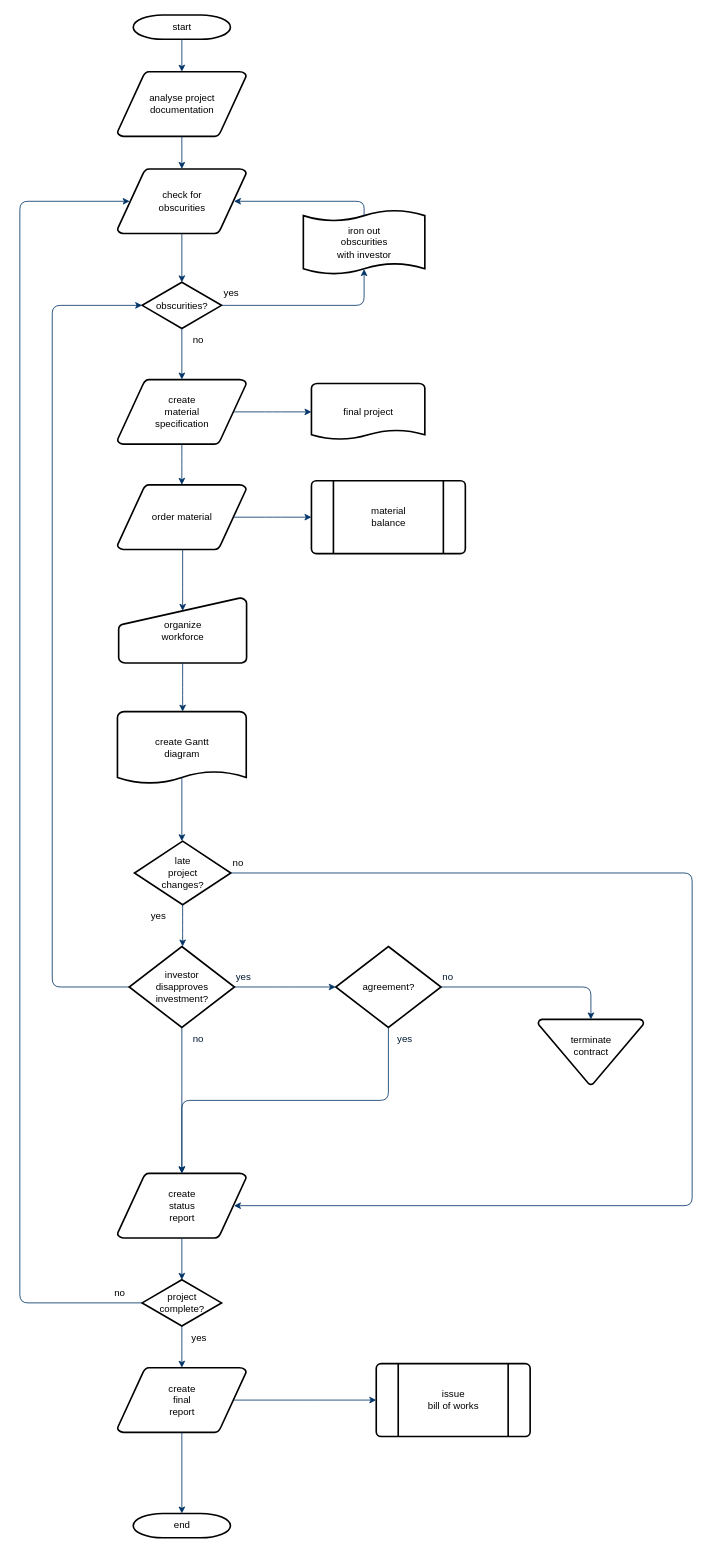
Before: 未命名绘图.drawio in luo125/build-your-own-x, a draw.io diagram. Source tidied: cells renumbered, new cells numbered last; positions are measured from the earlier drawing's top-left corner, leaving out a move shared by most shapes. Both pictures are drawn from the tidied source at 81%, with x=0, y=0 at pixel (19, 15).
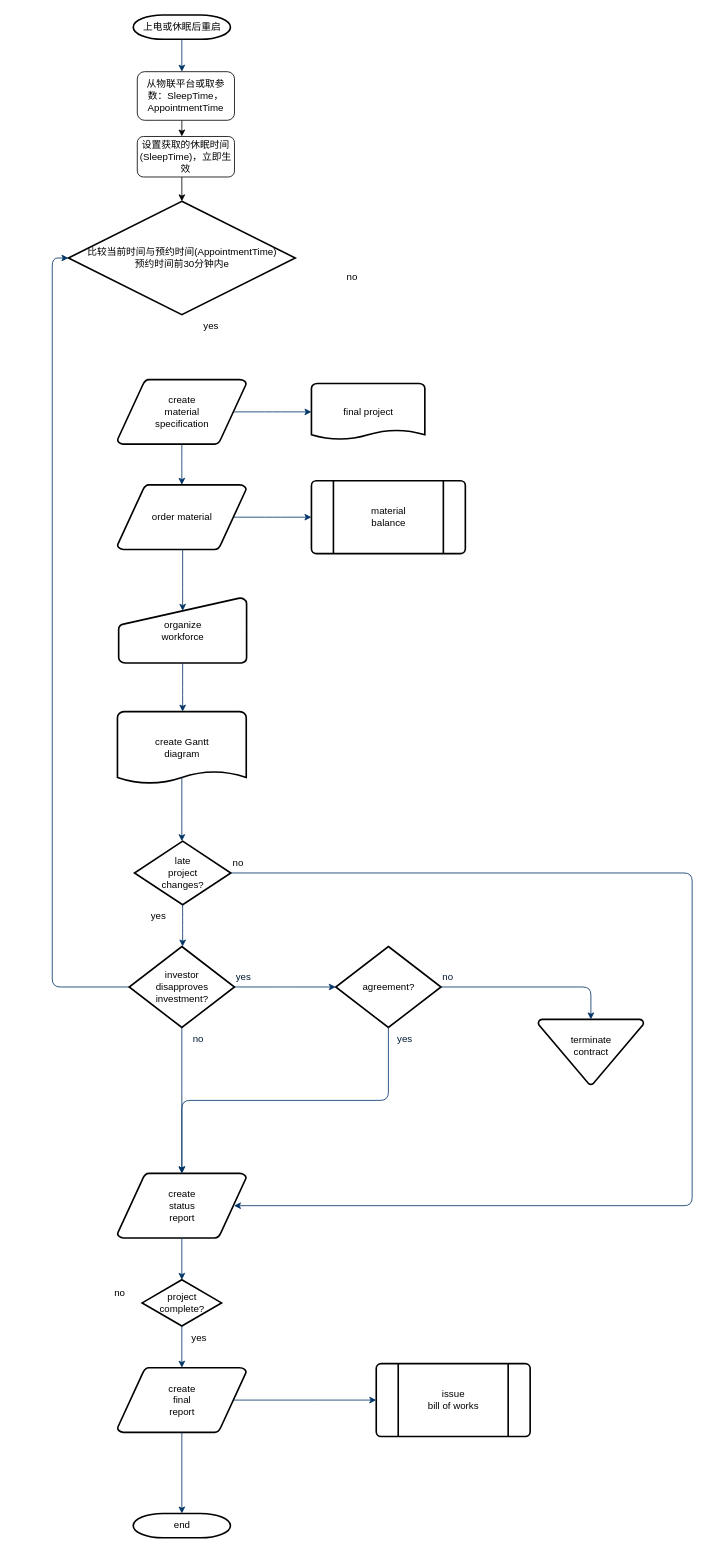
After the change.

The change refers to these unchanged cells:
```xml
<mxCell id="4" value="create&#10;material&#10;specification" style="shape=mxgraph.flowchart.data;strokeWidth=2;gradientColor=none;gradientDirection=north;fontStyle=0;html=1;" parent="1" vertex="1">
  <mxGeometry x="120.5" y="450" width="159" height="80" as="geometry" />
</mxCell>
<mxCell id="37" value="project&#10;complete?" style="shape=mxgraph.flowchart.decision;strokeWidth=2;gradientColor=none;gradientDirection=north;fontStyle=0;html=1;" parent="1" vertex="1">
  <mxGeometry x="151" y="1561.5" width="98" height="57" as="geometry" />
</mxCell>
```

What changed in the source:
```diff
@@
-    <mxCell id="2" value="start" style="shape=mxgraph.flowchart.terminator;strokeWidth=2;gradientColor=none;gradientDirection=north;fontStyle=0;html=1;" parent="1" vertex="1">
+    <mxCell id="2" value="上电或休眠后重启" style="shape=mxgraph.flowchart.terminator;strokeWidth=2;gradientColor=none;gradientDirection=north;fontStyle=0;html=1;" parent="1" vertex="1">
       <mxGeometry x="140" width="120" height="30" as="geometry" />
     </mxCell>
-    <mxCell id="3" value="analyse project&#10; documentation" style="shape=mxgraph.flowchart.data;strokeWidth=2;gradientColor=none;gradientDirection=north;fontStyle=0;html=1;" parent="1" vertex="1">
-      <mxGeometry x="120.5" y="70" width="159" height="80" as="geometry" />
-    </mxCell>
@@
-    <mxCell id="5" value="check for&#10;obscurities" style="shape=mxgraph.flowchart.data;strokeWidth=2;gradientColor=none;gradientDirection=north;fontStyle=0;html=1;" parent="1" vertex="1">
-      <mxGeometry x="120.5" y="190" width="159" height="80" as="geometry" />
-    </mxCell>
-    <mxCell id="6" value="obscurities?" style="shape=mxgraph.flowchart.decision;strokeWidth=2;gradientColor=none;gradientDirection=north;fontStyle=0;html=1;" parent="1" vertex="1">
-      <mxGeometry x="151" y="330" width="98" height="57" as="geometry" />
+    <mxCell id="6" value="比较当前时间与预约时间(AppointmentTime)&lt;br&gt;预约时间前30分钟内e" style="shape=mxgraph.flowchart.decision;strokeWidth=2;gradientColor=none;gradientDirection=north;fontStyle=0;html=1;" parent="1" vertex="1">
+      <mxGeometry x="60" y="230" width="280" height="140" as="geometry" />
     </mxCell>
-    <mxCell id="7" style="fontStyle=1;strokeColor=#003366;strokeWidth=1;html=1;" parent="1" edge="1" source="2" target="3">
-      <mxGeometry relative="1" as="geometry" />
+    <mxCell id="7" style="fontStyle=1;strokeColor=#003366;strokeWidth=1;html=1;" parent="1" edge="1" source="2">
+      <mxGeometry relative="1" as="geometry">
+        <mxPoint x="200" y="70" as="targetPoint" />
+      </mxGeometry>
     </mxCell>
-    <mxCell id="8" style="fontStyle=1;strokeColor=#003366;strokeWidth=1;html=1;" parent="1" edge="1" source="3" target="5">
-      <mxGeometry relative="1" as="geometry" />
-    </mxCell>
-    <mxCell id="9" style="entryX=0.5;entryY=0;entryPerimeter=0;fontStyle=1;strokeColor=#003366;strokeWidth=1;html=1;" parent="1" edge="1" source="5" target="6">
-      <mxGeometry relative="1" as="geometry" />
-    </mxCell>
-    <mxCell id="10" style="edgeStyle=elbowEdgeStyle;elbow=horizontal;entryX=0.5;entryY=0.91;entryPerimeter=0;exitX=1;exitY=0.5;exitPerimeter=0;fontStyle=1;strokeColor=#003366;strokeWidth=1;html=1;" parent="1" edge="1" source="6" target="51">
-      <mxGeometry x="381" y="28.5" as="geometry">
-        <Array as="points">
-          <mxPoint x="425" y="340" />
-        </Array>
-      </mxGeometry>
-    </mxCell>
     <mxCell id="11" value="yes" style="text;fontStyle=0;html=1;strokeColor=none;gradientColor=none;fillColor=none;strokeWidth=2;" parent="1" vertex="1">
-      <mxGeometry x="250" y="330" width="40" height="26" as="geometry" />
+      <mxGeometry x="225" y="370" width="40" height="26" as="geometry" />
     </mxCell>
-    <mxCell id="12" style="edgeStyle=elbowEdgeStyle;elbow=horizontal;fontColor=#001933;fontStyle=1;strokeColor=#003366;strokeWidth=1;html=1;" parent="1" edge="1" source="6" target="4">
-      <mxGeometry as="geometry" />
-    </mxCell>
@@
     <mxCell id="14" value="no" style="text;fontStyle=0;html=1;strokeColor=none;gradientColor=none;fillColor=none;strokeWidth=2;align=center;" parent="1" vertex="1">
-      <mxGeometry x="200" y="387" width="40" height="26" as="geometry" />
+      <mxGeometry x="390" y="310" width="40" height="26" as="geometry" />
     </mxCell>
@@
-    <mxCell id="51" value="iron out&#10;obscurities &#10;with investor" style="shape=mxgraph.flowchart.paper_tape;strokeWidth=2;gradientColor=none;gradientDirection=north;fontStyle=0;html=1;" parent="1" vertex="1">
-      <mxGeometry x="350" y="240" width="150" height="81" as="geometry" />
-    </mxCell>
-    <mxCell id="52" style="edgeStyle=elbowEdgeStyle;elbow=horizontal;exitX=0.5;exitY=0.09;exitPerimeter=0;entryX=0.905;entryY=0.5;entryPerimeter=0;fontStyle=1;strokeColor=#003366;strokeWidth=1;html=1;" parent="1" edge="1" source="51" target="5">
-      <mxGeometry as="geometry">
-        <Array as="points">
-          <mxPoint x="425" y="240" />
-        </Array>
-      </mxGeometry>
-    </mxCell>
@@
-    <mxCell id="54" style="edgeStyle=elbowEdgeStyle;elbow=horizontal;exitX=0;exitY=0.5;exitPerimeter=0;entryX=0.095;entryY=0.5;entryPerimeter=0;fontStyle=1;strokeColor=#003366;strokeWidth=1;html=1;" parent="1" edge="1" source="37" target="5">
-      <mxGeometry as="geometry">
-        <Array as="points">
-          <mxPoint y="910" />
-        </Array>
-      </mxGeometry>
-    </mxCell>
@@
+    <mxCell id="56" style="edgeStyle=orthogonalEdgeStyle;rounded=0;jettySize=auto;html=1;" parent="1" edge="1" source="57" target="59">
+      <mxGeometry relative="1" as="geometry">
+        <Array as="points">
+          <mxPoint x="200" y="140" />
+          <mxPoint x="200" y="140" />
+        </Array>
+      </mxGeometry>
+    </mxCell>
+    <mxCell id="57" value="从物联平台或取参数：SleepTime，AppointmentTime" style="rounded=1;whiteSpace=wrap;html=1;" parent="1" vertex="1">
+      <mxGeometry x="145" y="70" width="120" height="60" as="geometry" />
+    </mxCell>
+    <mxCell id="58" style="edgeStyle=orthogonalEdgeStyle;rounded=0;jettySize=auto;html=1;" parent="1" edge="1" source="59" target="6">
+      <mxGeometry relative="1" as="geometry">
+        <Array as="points">
+          <mxPoint x="200" y="210" />
+          <mxPoint x="200" y="210" />
+        </Array>
+      </mxGeometry>
+    </mxCell>
+    <mxCell id="59" value="设置获取的休眠时间(SleepTime)，立即生效" style="rounded=1;whiteSpace=wrap;html=1;" parent="1" vertex="1">
+      <mxGeometry x="145" y="150" width="120" height="50" as="geometry" />
+    </mxCell>
```
